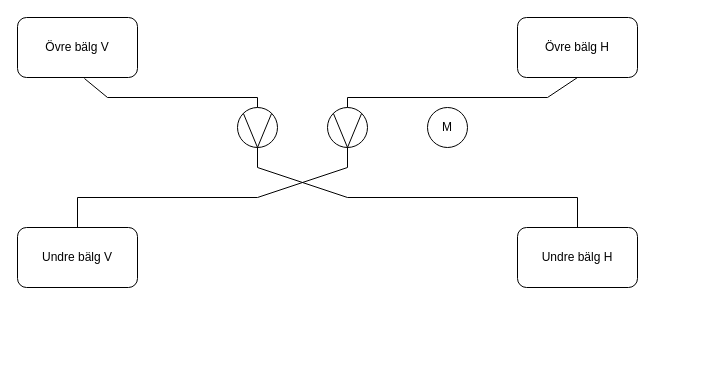
This is images/Namnlöst diagram.drawio from nilton61/Velomobile, a draw.io file, before an edit. Source tidied: cells renumbered, new cells numbered last; positions are measured from the earlier drawing's top-left corner, leaving out a move shared by most shapes. Both pictures are drawn from the tidied source at 100%, with x=0, y=0 at pixel (17, 17).
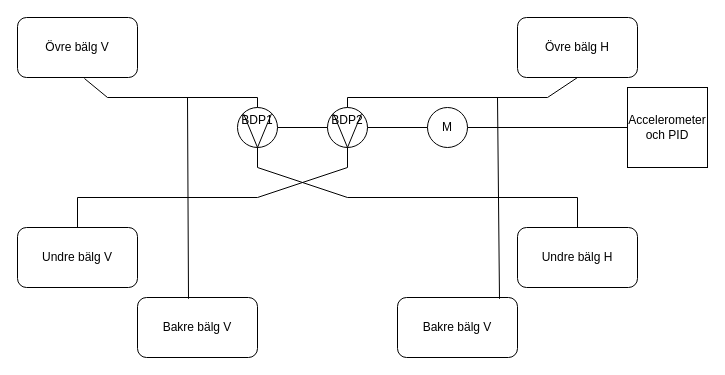
After the change.

The change refers to these unchanged cells:
```xml
<mxCell id="16" value="M" style="ellipse;whiteSpace=wrap;html=1;" parent="1" vertex="1">
  <mxGeometry x="410" y="90" width="40" height="40" as="geometry" />
</mxCell>
```

Change to the diagram source:
```diff
@@
-    <mxCell id="6" style="ellipse;whiteSpace=wrap;html=1;" parent="1" vertex="1">
+    <mxCell id="6" value="&lt;div&gt;BDP1&lt;/div&gt;&lt;div&gt;&lt;br&gt;&lt;/div&gt;" style="ellipse;whiteSpace=wrap;html=1;" parent="1" vertex="1">
       <mxGeometry x="220" y="90" width="40" height="40" as="geometry" />
     </mxCell>
-    <mxCell id="7" style="ellipse;whiteSpace=wrap;html=1;" parent="1" vertex="1">
+    <mxCell id="7" value="&lt;div&gt;BDP2&lt;/div&gt;&lt;div&gt;&lt;br&gt;&lt;/div&gt;" style="ellipse;whiteSpace=wrap;html=1;" parent="1" vertex="1">
       <mxGeometry x="310" y="90" width="40" height="40" as="geometry" />
     </mxCell>
@@
+    <mxCell id="17" style="endArrow=none;html=1;rounded=0;entryX=0;entryY=0.5;entryDx=0;entryDy=0;exitX=1;exitY=0.5;exitDx=0;exitDy=0;" parent="1" edge="1" source="7" target="16">
+      <mxGeometry relative="1" as="geometry" />
+    </mxCell>
+    <mxCell id="18" value="Bakre bälg V" style="rounded=1;whiteSpace=wrap;html=1;" parent="1" vertex="1">
+      <mxGeometry x="120" y="280" width="120" height="60" as="geometry" />
+    </mxCell>
+    <mxCell id="19" value="Bakre bälg V" style="rounded=1;whiteSpace=wrap;html=1;" parent="1" vertex="1">
+      <mxGeometry x="380" y="280" width="120" height="60" as="geometry" />
+    </mxCell>
+    <mxCell id="20" style="endArrow=none;html=1;rounded=0;exitX=0.425;exitY=0.021;exitDx=0;exitDy=0;exitPerimeter=0;" parent="1" edge="1" source="18">
+      <mxGeometry relative="1" as="geometry">
+        <mxPoint x="170" y="80" as="targetPoint" />
+      </mxGeometry>
+    </mxCell>
+    <mxCell id="21" style="endArrow=none;html=1;rounded=0;exitX=0.85;exitY=0.022;exitDx=0;exitDy=0;exitPerimeter=0;" parent="1" edge="1" source="19">
+      <mxGeometry relative="1" as="geometry">
+        <mxPoint x="480" y="80" as="targetPoint" />
+      </mxGeometry>
+    </mxCell>
+    <mxCell id="22" style="endArrow=none;html=1;rounded=0;exitX=1;exitY=0.5;exitDx=0;exitDy=0;entryX=0;entryY=0.5;entryDx=0;entryDy=0;" parent="1" edge="1" source="6" target="7">
+      <mxGeometry relative="1" as="geometry" />
+    </mxCell>
+    <mxCell id="23" value="Accelerometer och PID" style="whiteSpace=wrap;html=1;" parent="1" vertex="1">
+      <mxGeometry x="610" y="70" width="80" height="80" as="geometry" />
+    </mxCell>
+    <mxCell id="24" style="endArrow=none;html=1;rounded=0;entryX=0;entryY=0.5;entryDx=0;entryDy=0;exitX=1;exitY=0.5;exitDx=0;exitDy=0;" parent="1" edge="1" source="16" target="23">
+      <mxGeometry relative="1" as="geometry" />
+    </mxCell>
```
